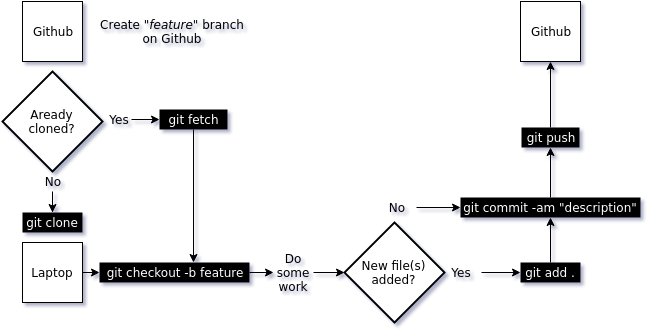
This is SimpleGithubFlow.png from brylie/simple-github-flow, a draw.io export, as it was before one commit. Source tidied: cells renumbered, new cells last; positions are measured from the earlier drawing's top-left corner, leaving out a move shared by most shapes. Its diagram source:
```xml
<mxGraphModel background="#ffffff">
  <root>
    <mxCell id="0" />
    <mxCell id="1" parent="0" />
    <mxCell id="2" value="Github" style="whiteSpace=wrap;html=1;" parent="1" vertex="1">
      <mxGeometry x="20" width="60" height="60" as="geometry" />
    </mxCell>
    <mxCell id="3" value="Laptop" style="whiteSpace=wrap;html=1;" parent="1" vertex="1">
      <mxGeometry x="20" y="241" width="60" height="60" as="geometry" />
    </mxCell>
    <mxCell id="4" value="&lt;font color=&quot;#ffffff&quot;&gt;git clone&lt;/font&gt;" style="text;html=1;strokeColor=none;fillColor=#000000;align=center;verticalAlign=middle;whiteSpace=wrap;shadow=0;" parent="1" vertex="1">
      <mxGeometry x="20" y="211" width="60" height="20" as="geometry" />
    </mxCell>
    <mxCell id="5" style="edgeStyle=orthogonalEdgeStyle;rounded=0;html=1;jettySize=auto;" parent="1" edge="1" source="6" target="10">
      <mxGeometry x="298" y="330" as="geometry" />
    </mxCell>
    <mxCell id="6" value="&lt;font color=&quot;#ffffff&quot;&gt;git checkout -b feature&lt;/font&gt;" style="text;html=1;strokeColor=none;fillColor=#000000;align=center;verticalAlign=middle;whiteSpace=wrap;" parent="1" vertex="1">
      <mxGeometry x="97" y="261" width="150" height="20" as="geometry" />
    </mxCell>
    <mxCell id="7" style="edgeStyle=orthogonalEdgeStyle;rounded=0;html=1;exitX=1;exitY=0.75;entryX=1;entryY=0.75;jettySize=auto;orthogonalLoop=1;" parent="1" edge="1" source="6" target="6">
      <mxGeometry x="298" y="335" as="geometry" />
    </mxCell>
    <mxCell id="8" style="endArrow=classic;html=1;exitX=1;exitY=0.5;" parent="1" edge="1" source="3" target="6">
      <mxGeometry x="131" y="330" as="geometry" />
    </mxCell>
    <mxCell id="9" style="edgeStyle=orthogonalEdgeStyle;rounded=0;html=1;jettySize=auto;" parent="1" edge="1" source="10" target="11">
      <mxGeometry x="362" y="330" as="geometry" />
    </mxCell>
    <mxCell id="10" value="Do some work" style="text;html=1;strokeColor=none;fillColor=none;align=center;verticalAlign=middle;whiteSpace=wrap;" parent="1" vertex="1">
      <mxGeometry x="271" y="261" width="40" height="20" as="geometry" />
    </mxCell>
    <mxCell id="11" value="New file(s) added?" style="strokeWidth=2;html=1;shape=mxgraph.flowchart.decision;whiteSpace=wrap;" parent="1" vertex="1">
      <mxGeometry x="342" y="221" width="100" height="100" as="geometry" />
    </mxCell>
    <mxCell id="12" value="No" style="text;html=1;strokeColor=none;fillColor=none;align=center;verticalAlign=middle;whiteSpace=wrap;" parent="1" vertex="1">
      <mxGeometry x="374" y="196" width="40" height="20" as="geometry" />
    </mxCell>
    <mxCell id="13" style="edgeStyle=orthogonalEdgeStyle;rounded=0;html=1;entryX=0;entryY=0.5;jettySize=auto;" parent="1" edge="1" source="14" target="16">
      <mxGeometry x="530" y="330" as="geometry" />
    </mxCell>
    <mxCell id="14" value="Yes" style="text;html=1;strokeColor=none;fillColor=none;align=center;verticalAlign=middle;whiteSpace=wrap;" parent="1" vertex="1">
      <mxGeometry x="439" y="261" width="40" height="20" as="geometry" />
    </mxCell>
    <mxCell id="15" style="edgeStyle=orthogonalEdgeStyle;rounded=0;html=1;exitX=0.5;exitY=1;entryX=0.5;entryY=1;jettySize=auto;orthogonalLoop=1;" parent="1" edge="1" source="12" target="12">
      <mxGeometry x="445" y="275" as="geometry" />
    </mxCell>
    <mxCell id="16" value="&lt;font color=&quot;#ffffff&quot;&gt;git add .&lt;/font&gt;" style="text;html=1;strokeColor=none;fillColor=#000000;align=center;verticalAlign=middle;whiteSpace=wrap;" parent="1" vertex="1">
      <mxGeometry x="518" y="261" width="60" height="20" as="geometry" />
    </mxCell>
    <mxCell id="17" value="&lt;font color=&quot;#ffffff&quot;&gt;git commit -am &quot;description&quot;&lt;/font&gt;" style="text;html=1;strokeColor=none;fillColor=#000000;align=center;verticalAlign=middle;whiteSpace=wrap;" parent="1" vertex="1">
      <mxGeometry x="458" y="196" width="180" height="20" as="geometry" />
    </mxCell>
    <mxCell id="18" style="endArrow=classic;html=1;exitX=1;exitY=0.5;entryX=0;entryY=0.5;" parent="1" edge="1" source="12" target="17">
      <mxGeometry x="465" y="265" as="geometry" />
    </mxCell>
    <mxCell id="19" style="edgeStyle=orthogonalEdgeStyle;rounded=0;html=1;exitX=0.5;exitY=0;entryX=0.5;entryY=1;jettySize=auto;" parent="1" edge="1" source="20" target="21">
      <mxGeometry x="599" y="119" as="geometry" />
    </mxCell>
    <mxCell id="20" value="&lt;font color=&quot;#ffffff&quot;&gt;git push&lt;/font&gt;" style="text;html=1;strokeColor=none;fillColor=#000000;align=center;verticalAlign=middle;whiteSpace=wrap;" parent="1" vertex="1">
      <mxGeometry x="519" y="126" width="58" height="20" as="geometry" />
    </mxCell>
    <mxCell id="21" value="Github" style="whiteSpace=wrap;html=1;" parent="1" vertex="1">
      <mxGeometry x="518" width="60" height="60" as="geometry" />
    </mxCell>
    <mxCell id="22" value="&lt;font style=&quot;font-size: 12px&quot;&gt;Create &quot;&lt;i&gt;feature&lt;/i&gt;&quot; branch on Github&lt;/font&gt;" style="text;html=1;strokeColor=none;fillColor=none;align=center;verticalAlign=middle;whiteSpace=wrap;" parent="1" vertex="1">
      <mxGeometry x="93" y="20" width="154" height="20" as="geometry" />
    </mxCell>
    <mxCell id="23" value="Aready&lt;div&gt;cloned?&lt;/div&gt;" style="strokeWidth=2;html=1;shape=mxgraph.flowchart.decision;whiteSpace=wrap;shadow=0;fillColor=#FFFFFF;" parent="1" vertex="1">
      <mxGeometry y="70" width="100" height="100" as="geometry" />
    </mxCell>
    <mxCell id="24" style="edgeStyle=orthogonalEdgeStyle;rounded=0;html=1;entryX=0.5;entryY=0;jettySize=auto;" parent="1" edge="1" source="25" target="4">
      <mxGeometry x="101" y="249" as="geometry" />
    </mxCell>
    <mxCell id="25" value="No" style="text;html=1;strokeColor=none;fillColor=none;align=center;verticalAlign=middle;whiteSpace=wrap;" parent="1" vertex="1">
      <mxGeometry x="30" y="170" width="40" height="20" as="geometry" />
    </mxCell>
    <mxCell id="26" value="Yes" style="text;html=1;strokeColor=none;fillColor=none;align=center;verticalAlign=middle;whiteSpace=wrap;" parent="1" vertex="1">
      <mxGeometry x="97" y="108" width="40" height="20" as="geometry" />
    </mxCell>
    <mxCell id="27" style="edgeStyle=orthogonalEdgeStyle;rounded=0;html=1;entryX=0.627;entryY=0;entryPerimeter=0;jettySize=auto;" parent="1" edge="1" source="28" target="6">
      <mxGeometry x="242" y="187" as="geometry" />
    </mxCell>
    <mxCell id="28" value="&lt;font color=&quot;#ffffff&quot;&gt;git fetch&lt;/font&gt;" style="text;html=1;strokeColor=none;fillColor=#000000;align=center;verticalAlign=middle;whiteSpace=wrap;" parent="1" vertex="1">
      <mxGeometry x="157" y="108" width="68" height="20" as="geometry" />
    </mxCell>
    <mxCell id="29" style="endArrow=classic;html=1;exitX=0.5;exitY=0;entryX=0.5;entryY=1;" parent="1" edge="1" source="16" target="17">
      <mxGeometry x="599" y="275" as="geometry" />
    </mxCell>
    <mxCell id="30" style="endArrow=classic;html=1;exitX=0.5;exitY=0;entryX=0.5;entryY=1;" parent="1" edge="1" source="17" target="20">
      <mxGeometry x="599" y="205" as="geometry" />
    </mxCell>
    <mxCell id="31" style="endArrow=classic;html=1;entryX=0;entryY=0.5;" parent="1" edge="1" target="28">
      <mxGeometry x="180" y="177" as="geometry">
        <mxPoint x="129" y="118" as="sourcePoint" />
      </mxGeometry>
    </mxCell>
  </root>
</mxGraphModel>
```
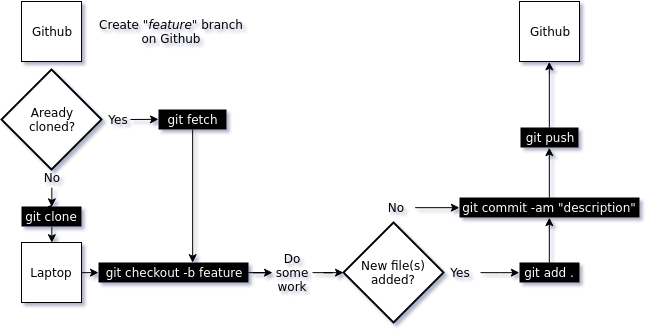
After the commit.

Change to the diagram source:
```diff
@@ -9,22 +9,22 @@
       <mxGeometry x="20" y="241" width="60" height="60" as="geometry" />
     </mxCell>
     <mxCell id="4" value="&lt;font color=&quot;#ffffff&quot;&gt;git clone&lt;/font&gt;" style="text;html=1;strokeColor=none;fillColor=#000000;align=center;verticalAlign=middle;whiteSpace=wrap;shadow=0;" parent="1" vertex="1">
-      <mxGeometry x="20" y="211" width="60" height="20" as="geometry" />
+      <mxGeometry x="20" y="205" width="60" height="20" as="geometry" />
     </mxCell>
     <mxCell id="5" style="edgeStyle=orthogonalEdgeStyle;rounded=0;html=1;jettySize=auto;" parent="1" edge="1" source="6" target="10">
-      <mxGeometry x="298" y="330" as="geometry" />
+      <mxGeometry x="298" y="330.2" as="geometry" />
     </mxCell>
     <mxCell id="6" value="&lt;font color=&quot;#ffffff&quot;&gt;git checkout -b feature&lt;/font&gt;" style="text;html=1;strokeColor=none;fillColor=#000000;align=center;verticalAlign=middle;whiteSpace=wrap;" parent="1" vertex="1">
       <mxGeometry x="97" y="261" width="150" height="20" as="geometry" />
     </mxCell>
     <mxCell id="7" style="edgeStyle=orthogonalEdgeStyle;rounded=0;html=1;exitX=1;exitY=0.75;entryX=1;entryY=0.75;jettySize=auto;orthogonalLoop=1;" parent="1" edge="1" source="6" target="6">
-      <mxGeometry x="298" y="335" as="geometry" />
+      <mxGeometry x="298" y="335.2" as="geometry" />
     </mxCell>
     <mxCell id="8" style="endArrow=classic;html=1;exitX=1;exitY=0.5;" parent="1" edge="1" source="3" target="6">
-      <mxGeometry x="131" y="330" as="geometry" />
+      <mxGeometry x="131.3" y="330.1" as="geometry" />
     </mxCell>
     <mxCell id="9" style="edgeStyle=orthogonalEdgeStyle;rounded=0;html=1;jettySize=auto;" parent="1" edge="1" source="10" target="11">
-      <mxGeometry x="362" y="330" as="geometry" />
+      <mxGeometry x="362" y="330.2" as="geometry" />
     </mxCell>
     <mxCell id="10" value="Do some work" style="text;html=1;strokeColor=none;fillColor=none;align=center;verticalAlign=middle;whiteSpace=wrap;" parent="1" vertex="1">
       <mxGeometry x="271" y="261" width="40" height="20" as="geometry" />
@@ -36,13 +36,13 @@
       <mxGeometry x="374" y="196" width="40" height="20" as="geometry" />
     </mxCell>
     <mxCell id="13" style="edgeStyle=orthogonalEdgeStyle;rounded=0;html=1;entryX=0;entryY=0.5;jettySize=auto;" parent="1" edge="1" source="14" target="16">
-      <mxGeometry x="530" y="330" as="geometry" />
+      <mxGeometry x="530" y="330.2" as="geometry" />
     </mxCell>
     <mxCell id="14" value="Yes" style="text;html=1;strokeColor=none;fillColor=none;align=center;verticalAlign=middle;whiteSpace=wrap;" parent="1" vertex="1">
       <mxGeometry x="439" y="261" width="40" height="20" as="geometry" />
     </mxCell>
     <mxCell id="15" style="edgeStyle=orthogonalEdgeStyle;rounded=0;html=1;exitX=0.5;exitY=1;entryX=0.5;entryY=1;jettySize=auto;orthogonalLoop=1;" parent="1" edge="1" source="12" target="12">
-      <mxGeometry x="445" y="275" as="geometry" />
+      <mxGeometry x="444.7" y="275.2" as="geometry" />
     </mxCell>
     <mxCell id="16" value="&lt;font color=&quot;#ffffff&quot;&gt;git add .&lt;/font&gt;" style="text;html=1;strokeColor=none;fillColor=#000000;align=center;verticalAlign=middle;whiteSpace=wrap;" parent="1" vertex="1">
       <mxGeometry x="518" y="261" width="60" height="20" as="geometry" />
@@ -51,10 +51,10 @@
       <mxGeometry x="458" y="196" width="180" height="20" as="geometry" />
     </mxCell>
     <mxCell id="18" style="endArrow=classic;html=1;exitX=1;exitY=0.5;entryX=0;entryY=0.5;" parent="1" edge="1" source="12" target="17">
-      <mxGeometry x="465" y="265" as="geometry" />
+      <mxGeometry x="464.7" y="265.2" as="geometry" />
     </mxCell>
     <mxCell id="19" style="edgeStyle=orthogonalEdgeStyle;rounded=0;html=1;exitX=0.5;exitY=0;entryX=0.5;entryY=1;jettySize=auto;" parent="1" edge="1" source="20" target="21">
-      <mxGeometry x="599" y="119" as="geometry" />
+      <mxGeometry x="598.8" y="119.3" as="geometry" />
     </mxCell>
     <mxCell id="20" value="&lt;font color=&quot;#ffffff&quot;&gt;git push&lt;/font&gt;" style="text;html=1;strokeColor=none;fillColor=#000000;align=center;verticalAlign=middle;whiteSpace=wrap;" parent="1" vertex="1">
       <mxGeometry x="519" y="126" width="58" height="20" as="geometry" />
@@ -66,33 +66,42 @@
       <mxGeometry x="93" y="20" width="154" height="20" as="geometry" />
     </mxCell>
     <mxCell id="23" value="Aready&lt;div&gt;cloned?&lt;/div&gt;" style="strokeWidth=2;html=1;shape=mxgraph.flowchart.decision;whiteSpace=wrap;shadow=0;fillColor=#FFFFFF;" parent="1" vertex="1">
-      <mxGeometry y="70" width="100" height="100" as="geometry" />
+      <mxGeometry y="68" width="100" height="100" as="geometry" />
     </mxCell>
-    <mxCell id="24" style="edgeStyle=orthogonalEdgeStyle;rounded=0;html=1;entryX=0.5;entryY=0;jettySize=auto;" parent="1" edge="1" source="25" target="4">
-      <mxGeometry x="101" y="249" as="geometry" />
+    <mxCell id="24" value="No" style="text;html=1;strokeColor=none;fillColor=none;align=center;verticalAlign=middle;whiteSpace=wrap;" parent="1" vertex="1">
+      <mxGeometry x="30" y="166" width="40" height="20" as="geometry" />
     </mxCell>
-    <mxCell id="25" value="No" style="text;html=1;strokeColor=none;fillColor=none;align=center;verticalAlign=middle;whiteSpace=wrap;" parent="1" vertex="1">
-      <mxGeometry x="30" y="170" width="40" height="20" as="geometry" />
+    <mxCell id="25" value="Yes" style="text;html=1;strokeColor=none;fillColor=none;align=center;verticalAlign=middle;whiteSpace=wrap;" parent="1" vertex="1">
+      <mxGeometry x="97" y="108" width="40" height="20" as="geometry" />
     </mxCell>
-    <mxCell id="26" value="Yes" style="text;html=1;strokeColor=none;fillColor=none;align=center;verticalAlign=middle;whiteSpace=wrap;" parent="1" vertex="1">
-      <mxGeometry x="97" y="108" width="40" height="20" as="geometry" />
+    <mxCell id="26" style="edgeStyle=orthogonalEdgeStyle;rounded=0;html=1;entryX=0.627;entryY=0;entryPerimeter=0;jettySize=auto;" parent="1" edge="1" source="27" target="6">
+      <mxGeometry x="242.2" y="187" as="geometry" />
     </mxCell>
-    <mxCell id="27" style="edgeStyle=orthogonalEdgeStyle;rounded=0;html=1;entryX=0.627;entryY=0;entryPerimeter=0;jettySize=auto;" parent="1" edge="1" source="28" target="6">
-      <mxGeometry x="242" y="187" as="geometry" />
+    <mxCell id="27" value="&lt;font color=&quot;#ffffff&quot;&gt;git fetch&lt;/font&gt;" style="text;html=1;strokeColor=none;fillColor=#000000;align=center;verticalAlign=middle;whiteSpace=wrap;" parent="1" vertex="1">
+      <mxGeometry x="157" y="108" width="68" height="20" as="geometry" />
     </mxCell>
-    <mxCell id="28" value="&lt;font color=&quot;#ffffff&quot;&gt;git fetch&lt;/font&gt;" style="text;html=1;strokeColor=none;fillColor=#000000;align=center;verticalAlign=middle;whiteSpace=wrap;" parent="1" vertex="1">
-      <mxGeometry x="157" y="108" width="68" height="20" as="geometry" />
+    <mxCell id="28" style="endArrow=classic;html=1;exitX=0.5;exitY=0;entryX=0.5;entryY=1;" parent="1" edge="1" source="16" target="17">
+      <mxGeometry x="598.8" y="275.2" as="geometry" />
     </mxCell>
-    <mxCell id="29" style="endArrow=classic;html=1;exitX=0.5;exitY=0;entryX=0.5;entryY=1;" parent="1" edge="1" source="16" target="17">
-      <mxGeometry x="599" y="275" as="geometry" />
+    <mxCell id="29" style="endArrow=classic;html=1;exitX=0.5;exitY=0;entryX=0.5;entryY=1;" parent="1" edge="1" source="17" target="20">
+      <mxGeometry x="598.8" y="205.2" as="geometry" />
     </mxCell>
-    <mxCell id="30" style="endArrow=classic;html=1;exitX=0.5;exitY=0;entryX=0.5;entryY=1;" parent="1" edge="1" source="17" target="20">
-      <mxGeometry x="599" y="205" as="geometry" />
+    <mxCell id="30" style="endArrow=classic;html=1;entryX=0;entryY=0.5;" parent="1" edge="1" target="27">
+      <mxGeometry x="180" y="176.8" as="geometry">
+        <mxPoint x="129" y="118" as="sourcePoint" />
+      </mxGeometry>
     </mxCell>
-    <mxCell id="31" style="endArrow=classic;html=1;entryX=0;entryY=0.5;" parent="1" edge="1" target="28">
-      <mxGeometry x="180" y="177" as="geometry">
-        <mxPoint x="129" y="118" as="sourcePoint" />
+    <mxCell id="31" style="edgeStyle=orthogonalEdgeStyle;rounded=0;html=1;exitX=0.5;exitY=0;entryX=0.5;entryY=0;jettySize=auto;orthogonalLoop=1;" parent="1" edge="1">
+      <mxGeometry x="101" y="262.7" as="geometry">
+        <mxPoint x="50" y="204" as="sourcePoint" />
+        <mxPoint x="50.3" y="203.7" as="targetPoint" />
       </mxGeometry>
     </mxCell>
+    <mxCell id="32" style="endArrow=classic;html=1;exitX=0.5;exitY=1;entryX=0.5;entryY=0;" parent="1" edge="1" source="4" target="3">
+      <mxGeometry x="101.3" y="284.3" as="geometry" />
+    </mxCell>
+    <mxCell id="33" style="endArrow=classic;html=1;exitX=0.5;exitY=1;entryX=0.5;entryY=0;" parent="1" edge="1" source="24" target="4">
+      <mxGeometry x="101.3" y="245.2" as="geometry" />
+    </mxCell>
   </root>
 </mxGraphModel>
```
